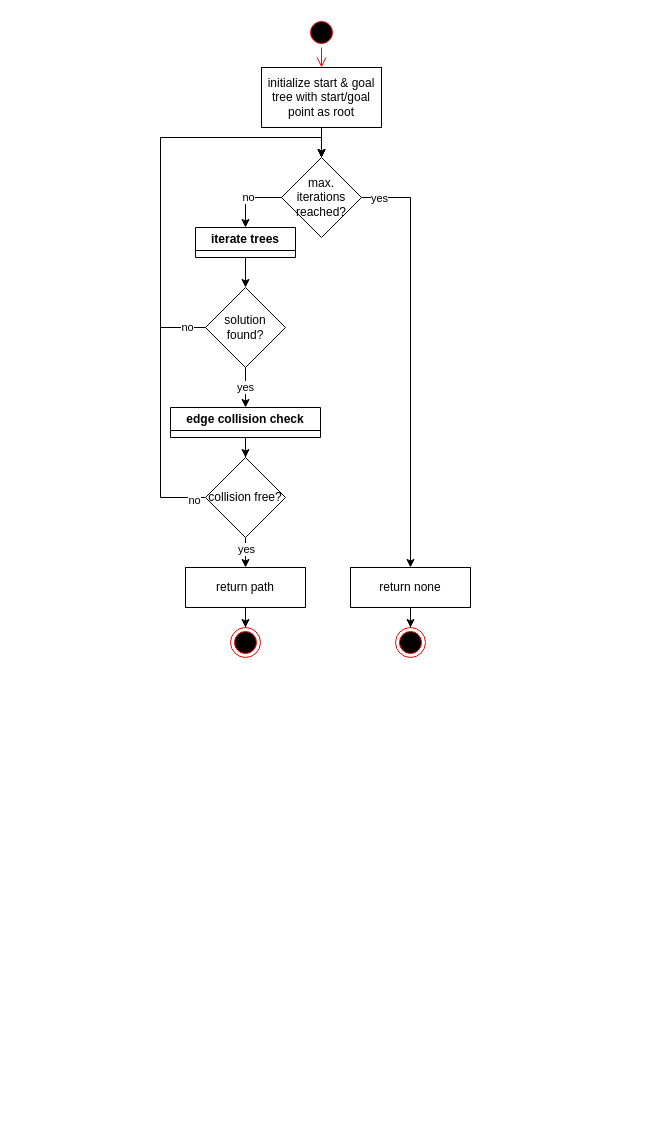
Above: notebooks/img/SBL.drawio in gabrielle-me/ikp-sbl (draw.io), before the change. Source tidied: cells renumbered, new cells numbered last; positions are measured from the earlier drawing's top-left corner, leaving out a move shared by most shapes. Both pictures are drawn from the tidied source at 100%, with x=0, y=0 at pixel (160, 17).
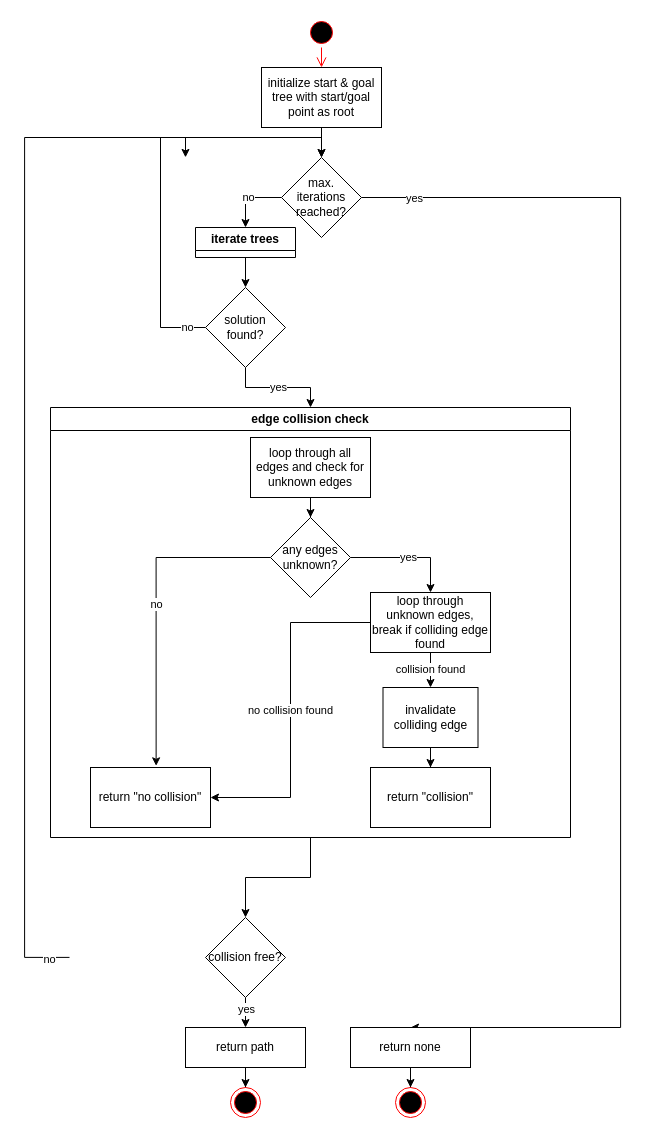
After the change.

Commit message (it also covers changes not shown here):
class diagram

The change refers to these unchanged cells:
```xml
<mxCell id="7" value="max. iterations reached?" style="rhombus;whiteSpace=wrap;html=1;shapeInside=1;" parent="1" vertex="1">
  <mxGeometry x="121" y="140" width="80" height="80" as="geometry" />
</mxCell>
```

Diff of the diagram source:
```diff
@@
     <mxCell id="5" style="edgeStyle=orthogonalEdgeStyle;rounded=0;jettySize=auto;html=1;entryX=0.5;entryY=0;entryDx=0;entryDy=0;exitX=1;exitY=0.5;exitDx=0;exitDy=0;" parent="1" edge="1" source="7" target="24">
-      <mxGeometry relative="1" as="geometry" />
+      <mxGeometry relative="1" as="geometry">
+        <Array as="points">
+          <mxPoint x="460.1" y="180.1" />
+          <mxPoint x="460.1" y="1010.1" />
+        </Array>
+      </mxGeometry>
     </mxCell>
@@
-    <mxCell id="11" value="edge collision check" style="swimlane;whiteSpace=wrap;html=1;" parent="1" vertex="1" collapsed="1">
-      <mxGeometry x="10" y="390" width="150" height="30" as="geometry" />
+    <mxCell id="11" value="edge collision check" style="swimlane;whiteSpace=wrap;html=1;" parent="1" vertex="1">
+      <mxGeometry x="-110" y="390" width="520" height="430" as="geometry" />
     </mxCell>
+    <mxCell id="29" style="edgeStyle=orthogonalEdgeStyle;rounded=0;jettySize=auto;html=1;" parent="11" edge="1" source="30" target="32">
+      <mxGeometry relative="1" as="geometry" />
+    </mxCell>
+    <mxCell id="30" value="loop through all edges and check for unknown edges" style="rounded=0;whiteSpace=wrap;html=1;" parent="11" vertex="1">
+      <mxGeometry x="200" y="30" width="120" height="60" as="geometry" />
+    </mxCell>
+    <mxCell id="31" value="yes" style="edgeStyle=orthogonalEdgeStyle;rounded=0;jettySize=auto;html=1;entryX=0.5;entryY=0;entryDx=0;entryDy=0;" parent="11" edge="1" source="32" target="37">
+      <mxGeometry relative="1" as="geometry" />
+    </mxCell>
+    <mxCell id="32" value="any edges unknown?" style="rhombus;whiteSpace=wrap;html=1;shapeInside=1;" parent="11" vertex="1">
+      <mxGeometry x="220" y="110" width="80" height="80" as="geometry" />
+    </mxCell>
+    <mxCell id="33" value="return &quot;no collision&quot;" style="rounded=0;whiteSpace=wrap;html=1;" parent="11" vertex="1">
+      <mxGeometry x="40" y="360" width="120" height="60" as="geometry" />
+    </mxCell>
+    <mxCell id="34" value="no" style="edgeStyle=orthogonalEdgeStyle;rounded=0;jettySize=auto;html=1;entryX=0.547;entryY=-0.028;entryDx=0;entryDy=0;entryPerimeter=0;" parent="11" edge="1" source="32" target="33">
+      <mxGeometry relative="1" as="geometry" />
+    </mxCell>
+    <mxCell id="35" value="no collision found" style="edgeStyle=orthogonalEdgeStyle;rounded=0;jettySize=auto;html=1;entryX=1;entryY=0.5;entryDx=0;entryDy=0;" parent="11" edge="1" source="37" target="33">
+      <mxGeometry relative="1" as="geometry" />
+    </mxCell>
+    <mxCell id="36" value="collision found" style="edgeStyle=orthogonalEdgeStyle;rounded=0;jettySize=auto;html=1;entryX=0.5;entryY=0;entryDx=0;entryDy=0;" parent="11" edge="1" source="37" target="40">
+      <mxGeometry relative="1" as="geometry" />
+    </mxCell>
+    <mxCell id="37" value="loop through unknown edges, break if colliding edge found" style="rounded=0;whiteSpace=wrap;html=1;" parent="11" vertex="1">
+      <mxGeometry x="320" y="185" width="120" height="60" as="geometry" />
+    </mxCell>
+    <mxCell id="38" value="return &quot;collision&quot;" style="rounded=0;whiteSpace=wrap;html=1;" parent="11" vertex="1">
+      <mxGeometry x="320" y="360" width="120" height="60" as="geometry" />
+    </mxCell>
+    <mxCell id="39" style="edgeStyle=orthogonalEdgeStyle;rounded=0;jettySize=auto;html=1;" parent="11" edge="1" source="40" target="38">
+      <mxGeometry relative="1" as="geometry" />
+    </mxCell>
+    <mxCell id="40" value="invalidate colliding edge" style="rounded=0;whiteSpace=wrap;html=1;" parent="11" vertex="1">
+      <mxGeometry x="332.5" y="280" width="95" height="60" as="geometry" />
+    </mxCell>
@@
-    <mxCell id="16" style="edgeStyle=orthogonalEdgeStyle;rounded=0;jettySize=auto;html=1;entryX=0.5;entryY=0;entryDx=0;entryDy=0;exitX=0;exitY=0.5;exitDx=0;exitDy=0;" parent="1" edge="1" source="20" target="7">
+    <mxCell id="16" style="edgeStyle=orthogonalEdgeStyle;rounded=0;orthogonalLoop=1;jettySize=auto;html=1;entryX=0.5;entryY=0;entryDx=0;entryDy=0;exitX=0;exitY=0.5;exitDx=0;exitDy=0;" parent="1" edge="1">
       <mxGeometry relative="1" as="geometry">
+        <mxPoint x="-91" y="939.9" as="sourcePoint" />
+        <mxPoint x="25" y="139.9" as="targetPoint" />
         <Array as="points">
-          <mxPoint y="480" />
-          <mxPoint y="120" />
-          <mxPoint x="161" y="120" />
+          <mxPoint x="-135.9" y="940" />
+          <mxPoint x="-135.9" y="120" />
+          <mxPoint x="25" y="120" />
         </Array>
       </mxGeometry>
     </mxCell>
@@
     <mxCell id="20" value="collision free?" style="rhombus;whiteSpace=wrap;html=1;shapeInside=1;" parent="1" vertex="1">
-      <mxGeometry x="45" y="440" width="80" height="80" as="geometry" />
+      <mxGeometry x="45" y="900" width="80" height="80" as="geometry" />
     </mxCell>
@@
     <mxCell id="22" value="return path" style="rounded=0;whiteSpace=wrap;html=1;" parent="1" vertex="1">
-      <mxGeometry x="25" y="550" width="120" height="40" as="geometry" />
+      <mxGeometry x="25" y="1010" width="120" height="40" as="geometry" />
     </mxCell>
@@
     <mxCell id="24" value="return none" style="rounded=0;whiteSpace=wrap;html=1;" parent="1" vertex="1">
-      <mxGeometry x="190" y="550" width="120" height="40" as="geometry" />
+      <mxGeometry x="190" y="1010" width="120" height="40" as="geometry" />
     </mxCell>
@@
     <mxCell id="27" style="ellipse;html=1;shape=endState;fillColor=#000000;strokeColor=#ff0000;" parent="1" vertex="1">
-      <mxGeometry x="70" y="610" width="30" height="30" as="geometry" />
+      <mxGeometry x="70" y="1070" width="30" height="30" as="geometry" />
     </mxCell>
     <mxCell id="28" style="ellipse;html=1;shape=endState;fillColor=#000000;strokeColor=#ff0000;" parent="1" vertex="1">
-      <mxGeometry x="235" y="610" width="30" height="30" as="geometry" />
+      <mxGeometry x="235" y="1070" width="30" height="30" as="geometry" />
     </mxCell>
```
